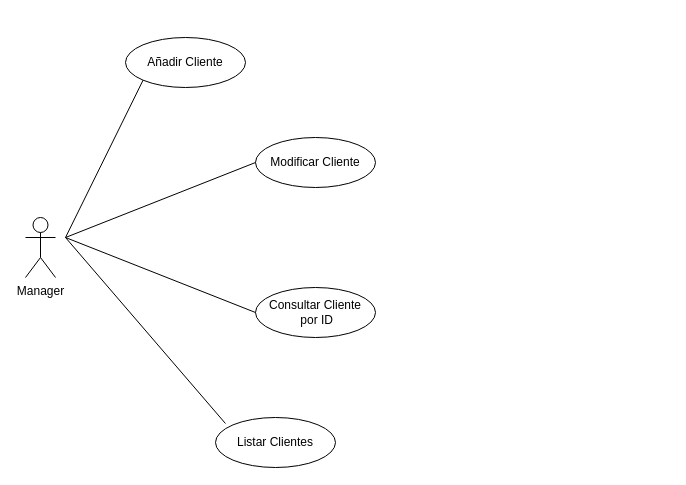
Earlier version of the draw.io diagram Documentación/Diagrama de casos de uso Azahara/Caso de uso relacionado con cliente.drawio (idanirf/GADAM). Source tidied: cells renumbered, new cells numbered last; positions are measured from the earlier drawing's top-left corner, leaving out a move shared by most shapes. Both pictures are drawn from the tidied source at 100%, with x=0, y=0 at pixel (25, 37).
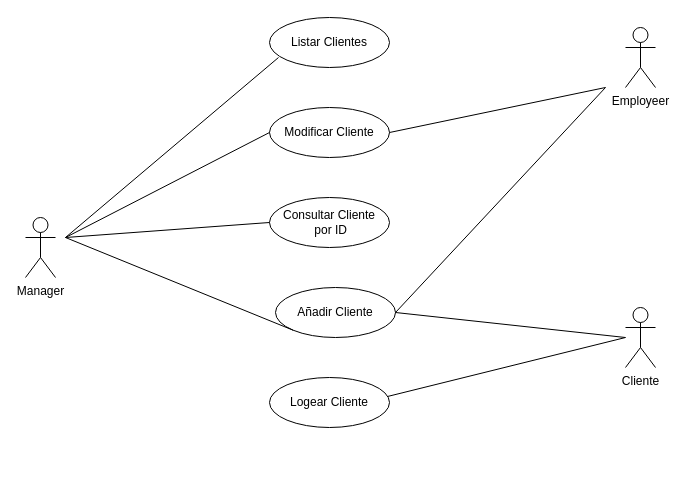
The same page after the edit.

Diff of the diagram source:
```diff
@@
     <mxCell id="2" value="Añadir Cliente" style="ellipse;whiteSpace=wrap;html=1;" parent="1" vertex="1">
-      <mxGeometry x="100" width="120" height="50" as="geometry" />
+      <mxGeometry x="250" y="250" width="120" height="50" as="geometry" />
     </mxCell>
     <mxCell id="3" value="Modificar Cliente" style="ellipse;whiteSpace=wrap;html=1;" parent="1" vertex="1">
-      <mxGeometry x="230" y="100" width="120" height="50" as="geometry" />
+      <mxGeometry x="244" y="70" width="120" height="50" as="geometry" />
     </mxCell>
     <mxCell id="4" value="Consultar Cliente&lt;br&gt;&amp;nbsp;por ID" style="ellipse;whiteSpace=wrap;html=1;" parent="1" vertex="1">
-      <mxGeometry x="230" y="250" width="120" height="50" as="geometry" />
+      <mxGeometry x="244" y="160" width="120" height="50" as="geometry" />
     </mxCell>
     <mxCell id="5" value="Listar Clientes" style="ellipse;whiteSpace=wrap;html=1;" parent="1" vertex="1">
-      <mxGeometry x="190" y="380" width="120" height="50" as="geometry" />
+      <mxGeometry x="244" y="-20" width="120" height="50" as="geometry" />
     </mxCell>
@@
-    <mxCell id="7" style="endArrow=none;html=1;entryX=0.083;entryY=0.12;entryDx=0;entryDy=0;entryPerimeter=0;" parent="1" edge="1" target="5">
+    <mxCell id="7" style="endArrow=none;html=1;entryX=0.075;entryY=0.8;entryDx=0;entryDy=0;entryPerimeter=0;" parent="1" edge="1" target="5">
       <mxGeometry relative="1" as="geometry">
         <mxPoint x="40" y="200" as="sourcePoint" />
       </mxGeometry>
     </mxCell>
@@
+    <mxCell id="11" value="Cliente" style="shape=umlActor;verticalLabelPosition=bottom;verticalAlign=top;html=1;" parent="1" vertex="1">
+      <mxGeometry x="600" y="270" width="30" height="60" as="geometry" />
+    </mxCell>
+    <mxCell id="12" value="Employeer" style="shape=umlActor;verticalLabelPosition=bottom;verticalAlign=top;html=1;" parent="1" vertex="1">
+      <mxGeometry x="600" y="-10" width="30" height="60" as="geometry" />
+    </mxCell>
+    <mxCell id="13" value="Logear Cliente" style="ellipse;whiteSpace=wrap;html=1;" parent="1" vertex="1">
+      <mxGeometry x="244" y="340" width="120" height="50" as="geometry" />
+    </mxCell>
+    <mxCell id="14" style="endArrow=none;html=1;exitX=0.983;exitY=0.38;exitDx=0;exitDy=0;exitPerimeter=0;" parent="1" edge="1" source="13">
+      <mxGeometry relative="1" as="geometry">
+        <mxPoint x="600" y="300" as="targetPoint" />
+      </mxGeometry>
+    </mxCell>
+    <mxCell id="15" style="endArrow=none;html=1;exitX=1;exitY=0.5;exitDx=0;exitDy=0;" parent="1" edge="1" source="2">
+      <mxGeometry relative="1" as="geometry">
+        <mxPoint x="600" y="300" as="targetPoint" />
+      </mxGeometry>
+    </mxCell>
+    <mxCell id="16" style="endArrow=none;html=1;exitX=1;exitY=0.5;exitDx=0;exitDy=0;" parent="1" edge="1" source="2">
+      <mxGeometry relative="1" as="geometry">
+        <mxPoint x="580" y="50" as="targetPoint" />
+      </mxGeometry>
+    </mxCell>
+    <mxCell id="17" style="endArrow=none;html=1;exitX=1;exitY=0.5;exitDx=0;exitDy=0;" parent="1" edge="1" source="3">
+      <mxGeometry relative="1" as="geometry">
+        <mxPoint x="580" y="50" as="targetPoint" />
+      </mxGeometry>
+    </mxCell>
```
